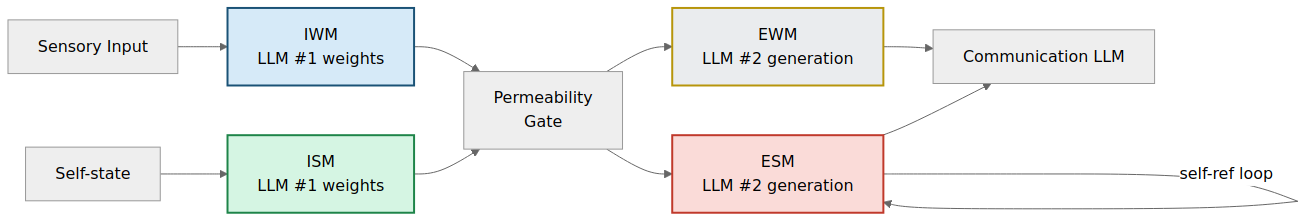
This is docs/engineering/designs/pdf/png/design-01-simple.png from JeltzProstetnic/aIware, a Mermaid export, as it was before one commit. Its source is kept beside it as docs/engineering/designs/pdf/mmd/design-01-simple.mmd.
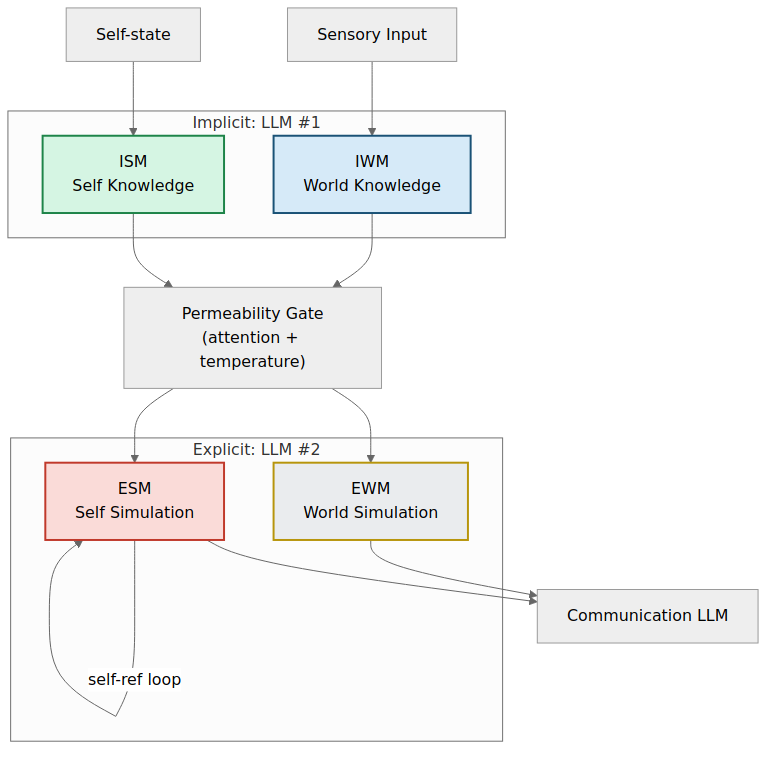
The same diagram one commit later.

Change to the diagram source:
```diff
@@ -1,10 +1,18 @@
-graph LR
-    SENS[Sensory Input] --> IWM[IWM<br/>LLM #1 weights]
-    SELF[Self-state] --> ISM[ISM<br/>LLM #1 weights]
-    IWM --> GATE[Permeability<br/>Gate]
+graph TD
+    SENS[Sensory Input] --> IWM
+    SELF[Self-state] --> ISM
+    subgraph IMPL["Implicit: LLM #1"]
+        IWM["IWM<br/>World Knowledge"]
+        ISM["ISM<br/>Self Knowledge"]
+    end
+    IWM --> GATE["Permeability Gate<br/>(attention + temperature)"]
     ISM --> GATE
-    GATE --> EWM[EWM<br/>LLM #2 generation]
-    GATE --> ESM[ESM<br/>LLM #2 generation]
+    GATE --> EWM
+    GATE --> ESM
+    subgraph EXPL["Explicit: LLM #2"]
+        EWM["EWM<br/>World Simulation"]
+        ESM["ESM<br/>Self Simulation"]
+    end
     ESM -->|self-ref loop| ESM
     EWM --> COMM[Communication LLM]
     ESM --> COMM
```
